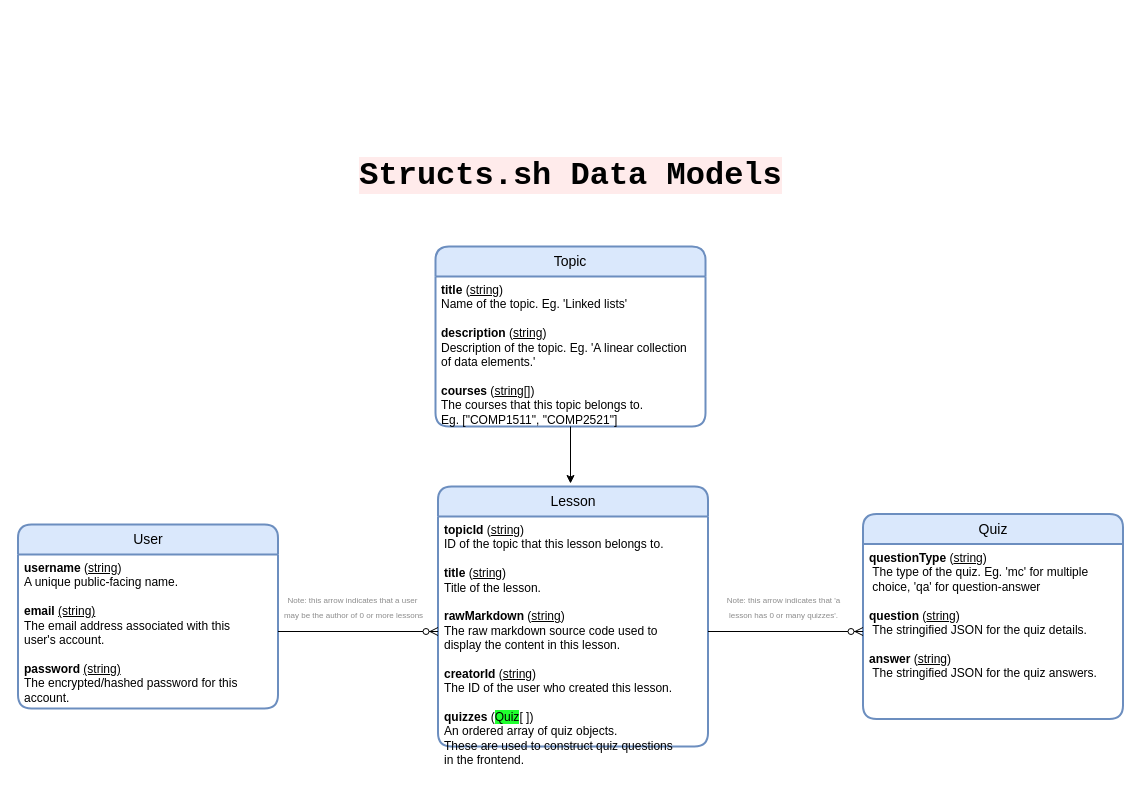
This is structs-datamodels.drawio from devsoc-unsw/structs.sh, a draw.io file, before an edit. Source tidied: cells renumbered, new cells numbered last; positions are measured from the earlier drawing's top-left corner, leaving out a move shared by most shapes. Both pictures are drawn from the tidied source at 100%, with x=0, y=0 at pixel (17, 166).
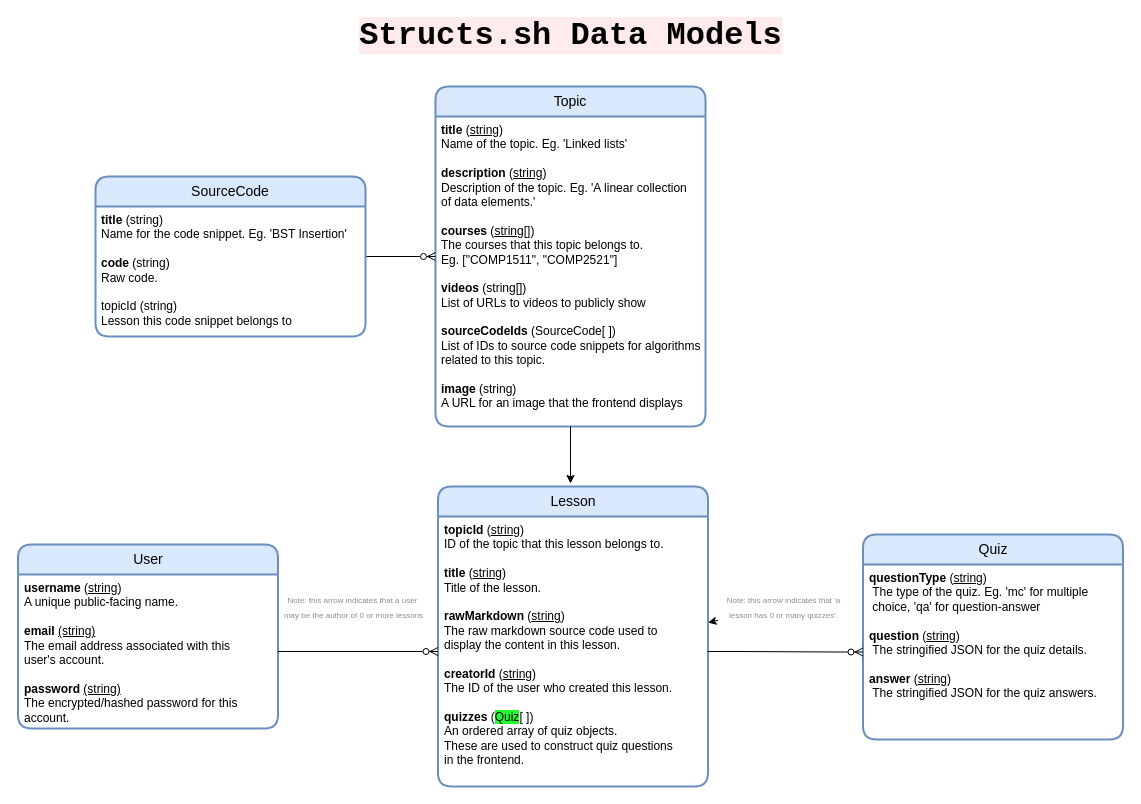
Above is the later version.

Unchanged cells that the change refers to:
```xml
<mxCell id="9" value="&lt;font color=&quot;#8c8c8c&quot; style=&quot;font-size: 8px&quot;&gt;Note: this arrow indicates that 'a &lt;br&gt;lesson has 0 or many&amp;nbsp;quizzes'.&lt;/font&gt;" style="text;html=1;align=center;verticalAlign=middle;points=[];strokeColor=none;fontFamily=Helvetica;" parent="1" vertex="1">
  <mxGeometry x="700.5" y="425" width="130" height="30" as="geometry" />
</mxCell>
```

The edit, as a diff of the source:
```diff
@@
     <mxCell id="2" value="&lt;b&gt;&lt;font style=&quot;font-size: 32px ; background-color: rgb(255 , 235 , 235)&quot; face=&quot;Courier New&quot;&gt;Structs.sh Data Models&lt;/font&gt;&lt;/b&gt;" style="text;html=1;align=center;verticalAlign=middle;strokeColor=none;fontFamily=Helvetica;" parent="1" vertex="1">
-      <mxGeometry x="333" width="440" height="20" as="geometry" />
+      <mxGeometry x="333" y="-140" width="440" height="20" as="geometry" />
     </mxCell>
     <mxCell id="3" value="Lesson" style="swimlane;horizontal=1;startSize=30;rounded=1;fontSize=14;fontStyle=0;strokeWidth=2;shadow=0;dashed=0;align=center;fontFamily=Helvetica;fillColor=#dae8fc;strokeColor=#6c8ebf;whiteSpace=wrap;" parent="1" vertex="1">
-      <mxGeometry x="420.5" y="320" width="270" height="260" as="geometry" />
+      <mxGeometry x="420.5" y="320" width="270" height="300" as="geometry" />
     </mxCell>
     <mxCell id="4" value="&lt;b&gt;topicId&amp;nbsp;&lt;/b&gt;(&lt;u&gt;string&lt;/u&gt;)&lt;br&gt;ID of the topic that this lesson belongs to.&lt;b&gt;&lt;br&gt;&lt;br&gt;title&lt;/b&gt;&amp;nbsp;(&lt;u&gt;string&lt;/u&gt;)&lt;br&gt;Title of the lesson.&lt;br&gt;&lt;br&gt;&lt;b&gt;rawMarkdown&lt;/b&gt; (&lt;u&gt;string&lt;/u&gt;)&lt;br&gt;&lt;span&gt; &lt;/span&gt;The raw markdown source code used to&amp;nbsp;&lt;br&gt;&lt;span&gt; &lt;/span&gt;display the content in this lesson.&lt;br&gt;&lt;br&gt;&lt;b&gt;creatorId&lt;/b&gt; (&lt;u&gt;string&lt;/u&gt;)&lt;br&gt;&lt;span&gt; &lt;/span&gt;The ID of the user who created this lesson.&lt;br&gt;&lt;br&gt;&lt;b&gt;quizzes&amp;nbsp;&lt;/b&gt;(&lt;span style=&quot;background-color: rgb(31 , 255 , 46)&quot;&gt;Quiz&lt;/span&gt;[ ])&lt;br&gt;&lt;span&gt;&lt;span&gt; &lt;/span&gt;An ordered array of quiz objects.&lt;br&gt;&lt;span&gt; &lt;/span&gt;These are used to construct quiz questions&lt;br&gt;&lt;span&gt; &lt;/span&gt;in the frontend.&lt;br&gt;&lt;/span&gt;" style="align=left;strokeColor=none;fillColor=none;spacingLeft=4;fontSize=12;verticalAlign=top;fontStyle=0;html=1;" parent="3" vertex="1">
-      <mxGeometry y="30" width="270" height="230" as="geometry" />
+      <mxGeometry y="30" width="270" height="270" as="geometry" />
     </mxCell>
     <mxCell id="5" value="User" style="swimlane;horizontal=1;startSize=30;rounded=1;fontSize=14;fontStyle=0;strokeWidth=2;shadow=0;dashed=0;align=center;fontFamily=Helvetica;fillColor=#dae8fc;strokeColor=#6c8ebf;whiteSpace=wrap;html=1;" parent="1" vertex="1">
-      <mxGeometry x="0.5" y="358" width="260" height="184" as="geometry" />
+      <mxGeometry x="0.5" y="378" width="260" height="184" as="geometry" />
     </mxCell>
@@
     <mxCell id="7" value="Quiz" style="swimlane;horizontal=1;startSize=30;rounded=1;fontSize=14;fontStyle=0;strokeWidth=2;shadow=0;dashed=0;align=center;fontFamily=Helvetica;fillColor=#dae8fc;strokeColor=#6c8ebf;whiteSpace=wrap;" parent="1" vertex="1">
-      <mxGeometry x="845.5" y="347.5" width="260" height="205" as="geometry" />
+      <mxGeometry x="845.5" y="368" width="260" height="205" as="geometry" />
     </mxCell>
@@
+    <mxCell id="16" style="edgeStyle=none;html=1;" parent="1" edge="1" source="9" target="4">
+      <mxGeometry relative="1" as="geometry" />
+    </mxCell>
@@
     <mxCell id="13" value="Topic" style="swimlane;horizontal=1;startSize=30;rounded=1;fontSize=14;fontStyle=0;strokeWidth=2;shadow=0;dashed=0;align=center;fontFamily=Helvetica;fillColor=#dae8fc;strokeColor=#6c8ebf;whiteSpace=wrap;" parent="1" vertex="1">
-      <mxGeometry x="418" y="80" width="270" height="180" as="geometry" />
+      <mxGeometry x="418" y="-80" width="270" height="340" as="geometry" />
     </mxCell>
-    <mxCell id="14" value="&lt;span style=&quot;white-space: pre&quot;&gt;&lt;b&gt;title &lt;/b&gt;(&lt;u&gt;string&lt;/u&gt;)&lt;b&gt;&lt;br&gt;&lt;/b&gt;Name of the topic. Eg. 'Linked lists'&lt;b&gt;&lt;br&gt;&lt;br&gt;description&lt;/b&gt; (&lt;u&gt;string&lt;/u&gt;)&lt;br&gt;Description of the topic. Eg. 'A linear collection&lt;br/&gt;of data elements.'&lt;br&gt;&lt;br&gt;&lt;b&gt;courses&lt;/b&gt; (&lt;u&gt;string[]&lt;/u&gt;)&lt;br&gt;The courses that this topic belongs to.&lt;br/&gt;Eg. [&quot;COMP1511&quot;, &quot;COMP2521&quot;]&lt;br&gt;&lt;/span&gt;" style="align=left;strokeColor=none;fillColor=none;spacingLeft=4;fontSize=12;verticalAlign=top;fontStyle=0;html=1;" parent="13" vertex="1">
-      <mxGeometry y="30" width="270" height="150" as="geometry" />
+    <mxCell id="14" value="&lt;span style=&quot;white-space: pre&quot;&gt;&lt;b&gt;title &lt;/b&gt;(&lt;u&gt;string&lt;/u&gt;)&lt;b&gt;&lt;br&gt;&lt;/b&gt;Name of the topic. Eg. 'Linked lists'&lt;b&gt;&lt;br&gt;&lt;br&gt;description&lt;/b&gt; (&lt;u&gt;string&lt;/u&gt;)&lt;br&gt;Description of the topic. Eg. 'A linear collection&lt;br&gt;of data elements.'&lt;br&gt;&lt;br&gt;&lt;b&gt;courses&lt;/b&gt; (&lt;u&gt;string[]&lt;/u&gt;)&lt;br&gt;The courses that this topic belongs to.&lt;br&gt;Eg. [&quot;COMP1511&quot;, &quot;COMP2521&quot;]&lt;br&gt;&lt;br&gt;&lt;b&gt;videos&lt;/b&gt; (string[])&lt;br&gt;List of URLs to videos to publicly show&lt;br&gt;&lt;br&gt;&lt;b&gt;sourceCodeIds&lt;/b&gt; (SourceCode[ ])&lt;br&gt;List of IDs to source code snippets for algorithms&lt;br&gt;related to this topic.&lt;br&gt;&lt;br&gt;&lt;b&gt;image&lt;/b&gt; (string)&lt;br&gt;A URL for an image that the frontend displays&lt;br&gt;&lt;/span&gt;" style="align=left;strokeColor=none;fillColor=none;spacingLeft=4;fontSize=12;verticalAlign=top;fontStyle=0;html=1;" parent="13" vertex="1">
+      <mxGeometry y="30" width="270" height="310" as="geometry" />
     </mxCell>
@@
+    <mxCell id="17" style="edgeStyle=none;html=1;entryX=0;entryY=0.5;entryDx=0;entryDy=0;endArrow=ERzeroToMany;endFill=1;" parent="1" edge="1" source="18" target="13">
+      <mxGeometry relative="1" as="geometry" />
+    </mxCell>
+    <mxCell id="18" value="SourceCode" style="swimlane;horizontal=1;startSize=30;rounded=1;fontSize=14;fontStyle=0;strokeWidth=2;shadow=0;dashed=0;align=center;fontFamily=Helvetica;fillColor=#dae8fc;strokeColor=#6c8ebf;whiteSpace=wrap;" parent="1" vertex="1">
+      <mxGeometry x="78" y="10" width="270" height="160" as="geometry" />
+    </mxCell>
+    <mxCell id="19" value="&lt;span style=&quot;white-space: pre&quot;&gt;&lt;b&gt;title &lt;/b&gt;(string)&lt;br&gt;Name for the code snippet. Eg. 'BST Insertion'&lt;b&gt;&lt;br&gt;&lt;/b&gt;&lt;br&gt;&lt;b&gt;code&lt;/b&gt; (string)&lt;br&gt;Raw code.&lt;br/&gt;&lt;br/&gt;topicId (string)&lt;br/&gt;Lesson this code snippet belongs to&lt;br&gt;&lt;/span&gt;" style="align=left;strokeColor=none;fillColor=none;spacingLeft=4;fontSize=12;verticalAlign=top;fontStyle=0;html=1;" parent="18" vertex="1">
+      <mxGeometry y="30" width="270" height="130" as="geometry" />
+    </mxCell>
```
